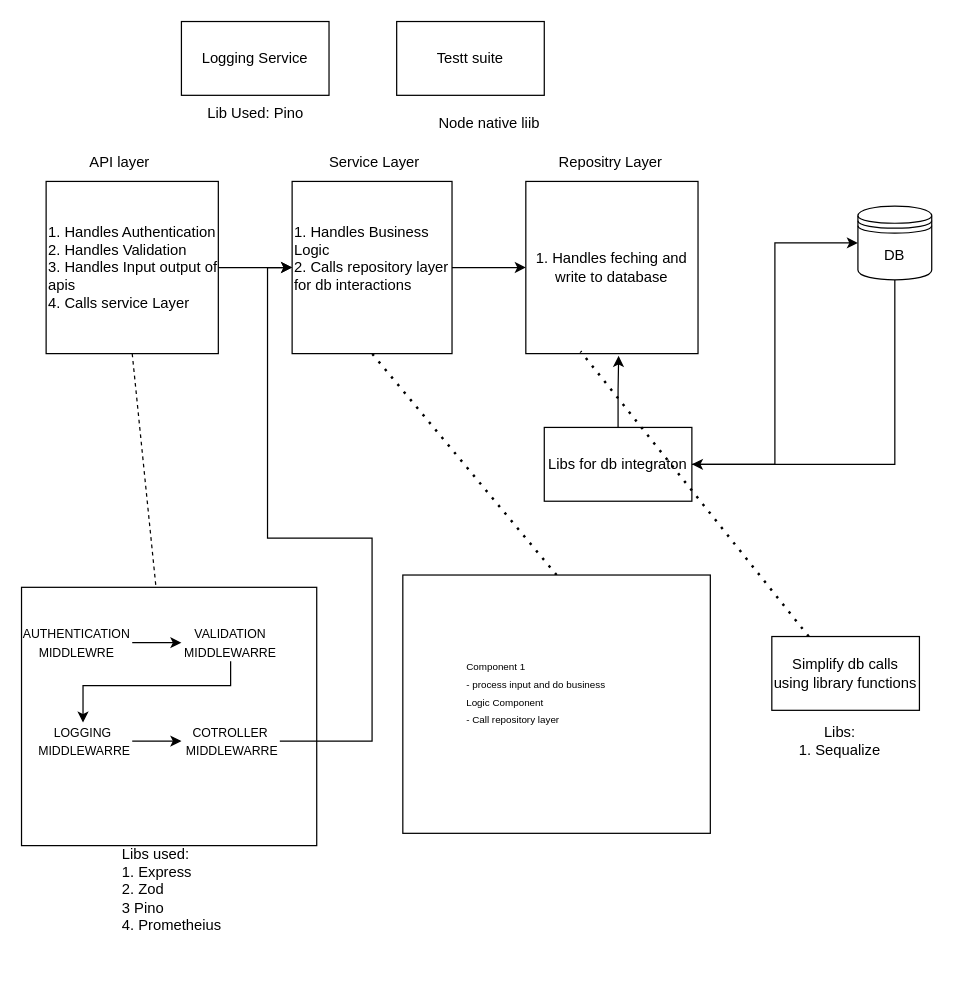
Before: architecture.drawio in Sanket-Pargaonkar/node_crud_backend, a draw.io diagram. Source tidied: cells renumbered, new cells numbered last; positions are measured from the earlier drawing's top-left corner, leaving out a move shared by most shapes. Both pictures are drawn from the tidied source at 123%, with x=0, y=0 at pixel (21, 21).
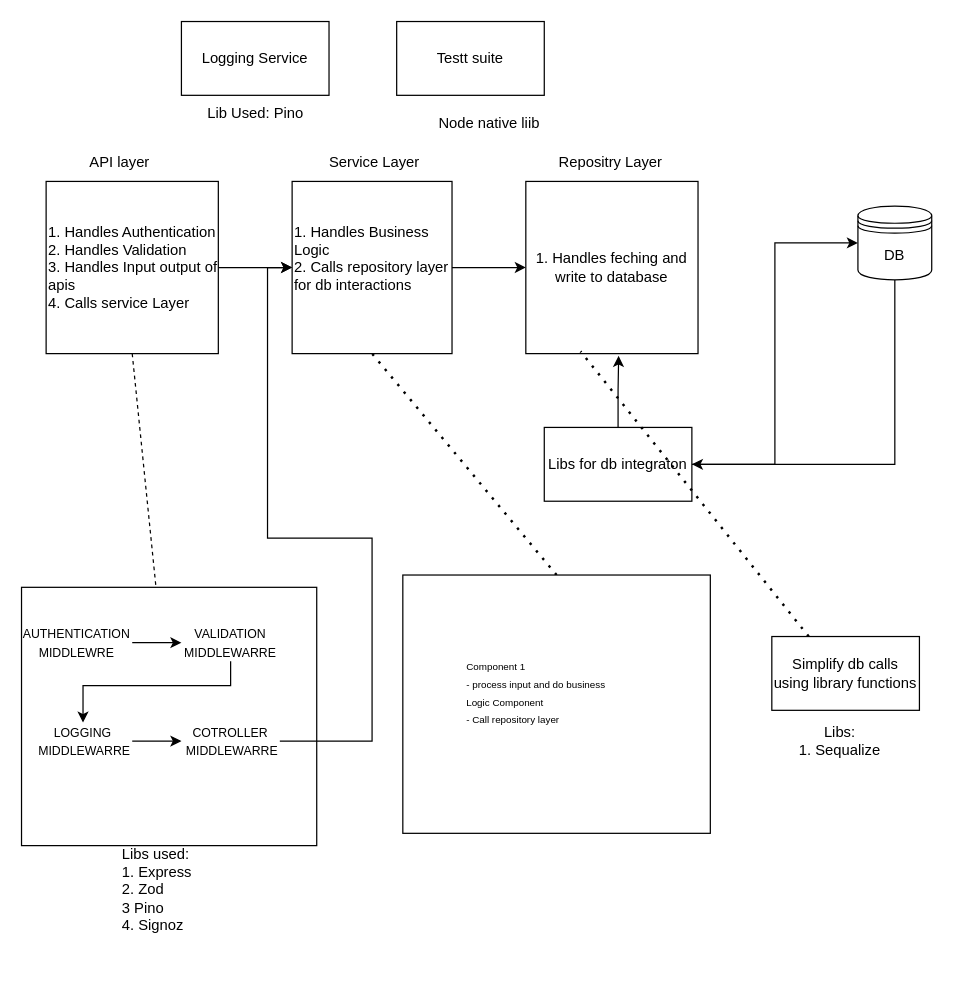
The same page after the edit.

What changed in the source:
```diff
@@
-    <mxCell id="35" value="Libs used:&lt;br&gt;1. Express&lt;div&gt;2. Zod&lt;/div&gt;&lt;div&gt;3 Pino&amp;nbsp;&lt;/div&gt;&lt;div&gt;4. Prometheius&lt;/div&gt;&lt;div&gt;&lt;br&gt;&lt;/div&gt;" style="text;html=1;align=left;verticalAlign=middle;strokeColor=none;fillColor=none;" parent="1" vertex="1">
-      <mxGeometry x="80" y="663" width="100" height="100" as="geometry" />
+    <mxCell id="35" value="Libs used:&lt;br&gt;1. Express&lt;div&gt;2. Zod&lt;/div&gt;&lt;div&gt;3 Pino&amp;nbsp;&lt;/div&gt;&lt;div&gt;4. Sign&lt;span style=&quot;background-color: transparent; color: light-dark(rgb(0, 0, 0), rgb(255, 255, 255));&quot;&gt;oz&lt;/span&gt;&lt;/div&gt;&lt;div&gt;&lt;br&gt;&lt;/div&gt;" style="text;html=1;align=left;verticalAlign=middle;strokeColor=none;fillColor=none;" parent="1" vertex="1">
+      <mxGeometry x="80" y="663" width="80" height="100" as="geometry" />
     </mxCell>
```
